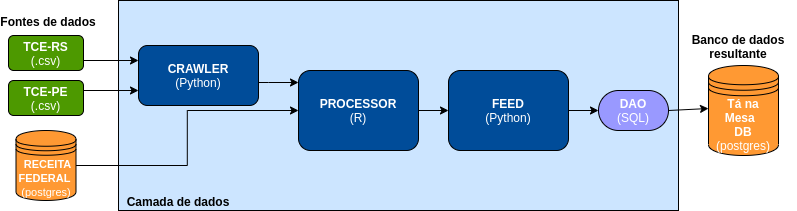
The draw.io diagram img/data-pipeline.png in analytics-ufcg/ta-de-pe-dados, before a commit. Source tidied: cells renumbered, new cells last; positions are measured from the earlier drawing's top-left corner, leaving out a move shared by most shapes.
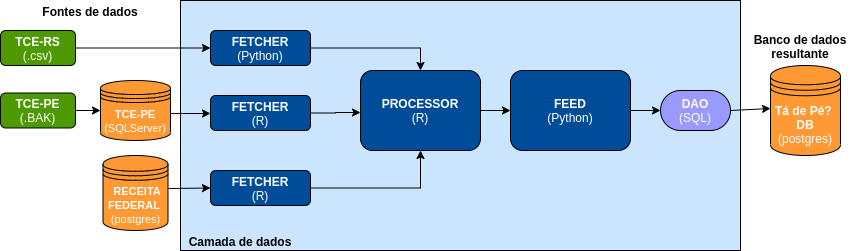
Above is the later version.

Commit message:
Altera diagrama

What changed in the source:
```diff
@@ -3,30 +3,28 @@
     <mxCell id="0" />
     <mxCell id="1" parent="0" />
     <mxCell id="2" value="&lt;b&gt;Fontes de dados&lt;/b&gt;" style="text;html=1;strokeColor=none;fillColor=none;align=center;verticalAlign=middle;whiteSpace=wrap;rounded=0;" parent="1" vertex="1">
-      <mxGeometry y="20" width="120" as="geometry" />
+      <mxGeometry x="-20" y="10" width="120" as="geometry" />
     </mxCell>
     <mxCell id="3" value="&lt;font color=&quot;#ffffff&quot;&gt;&lt;b&gt;TCE-RS&lt;/b&gt;&lt;br&gt;(.csv)&lt;br&gt;&lt;/font&gt;" style="rounded=1;whiteSpace=wrap;html=1;fillColor=#4D9900;" parent="1" vertex="1">
-      <mxGeometry x="20" y="35" width="75" height="35" as="geometry" />
+      <mxGeometry x="-50" y="30" width="75" height="35" as="geometry" />
     </mxCell>
+    <mxCell id="21" style="edgeStyle=orthogonalEdgeStyle;rounded=0;jettySize=auto;html=1;" parent="1" edge="1" source="4" target="22">
+      <mxGeometry relative="1" as="geometry" />
+    </mxCell>
-    <mxCell id="4" value="&lt;font color=&quot;#ffffff&quot;&gt;&lt;b&gt;TCE-PE&lt;/b&gt;&lt;br&gt;(.csv)&lt;br&gt;&lt;/font&gt;" style="rounded=1;whiteSpace=wrap;html=1;fillColor=#4D9900;" parent="1" vertex="1">
-      <mxGeometry x="20" y="80" width="75" height="35" as="geometry" />
+    <mxCell id="4" value="&lt;font color=&quot;#ffffff&quot;&gt;&lt;b&gt;TCE-PE&lt;/b&gt;&lt;br&gt;(.BAK)&lt;br&gt;&lt;/font&gt;" style="rounded=1;whiteSpace=wrap;html=1;fillColor=#4D9900;" parent="1" vertex="1">
+      <mxGeometry x="-50" y="92.5" width="75" height="35" as="geometry" />
     </mxCell>
     <mxCell id="5" style="rounded=0;whiteSpace=wrap;html=1;fillColor=#CCE5FF;" parent="1" vertex="1">
-      <mxGeometry x="130" width="560" height="210" as="geometry" />
+      <mxGeometry x="130" width="560" height="250" as="geometry" />
     </mxCell>
-    <mxCell id="6" style="edgeStyle=orthogonalEdgeStyle;rounded=0;jettySize=auto;html=1;entryX=0;entryY=0.15;entryDx=0;entryDy=0;entryPerimeter=0;" parent="1" edge="1" source="7" target="10">
-      <mxGeometry relative="1" as="geometry">
-        <Array as="points">
-          <mxPoint x="280" y="82" />
-          <mxPoint x="280" y="82" />
-        </Array>
-      </mxGeometry>
+    <mxCell id="6" style="edgeStyle=orthogonalEdgeStyle;rounded=0;jettySize=auto;html=1;entryX=0.5;entryY=0;entryDx=0;entryDy=0;" parent="1" edge="1" source="7" target="10">
+      <mxGeometry relative="1" as="geometry" />
     </mxCell>
-    <mxCell id="7" value="&lt;font color=&quot;#ffffff&quot;&gt;&lt;font style=&quot;font-weight: bold ; font-size: 12px&quot;&gt;CRAWLER&lt;br&gt;&lt;/font&gt;(Python)&lt;br&gt;&lt;/font&gt;" style="rounded=1;whiteSpace=wrap;html=1;fillColor=#004C99;" parent="1" vertex="1">
-      <mxGeometry x="150" y="45" width="120" height="60" as="geometry" />
+    <mxCell id="7" value="&lt;font color=&quot;#ffffff&quot;&gt;&lt;font style=&quot;font-weight: bold ; font-size: 12px&quot;&gt;FETCHER&lt;br&gt;&lt;/font&gt;(Python)&lt;br&gt;&lt;/font&gt;" style="rounded=1;whiteSpace=wrap;html=1;fillColor=#004C99;" parent="1" vertex="1">
+      <mxGeometry x="160" y="30" width="100" height="35" as="geometry" />
     </mxCell>
     <mxCell id="8" value="&lt;b&gt;Camada de dados&lt;/b&gt;" style="text;html=1;strokeColor=none;fillColor=none;align=center;verticalAlign=middle;whiteSpace=wrap;rounded=0;" parent="1" vertex="1">
-      <mxGeometry x="130" y="200" width="120" as="geometry" />
+      <mxGeometry x="130" y="240" width="120" as="geometry" />
     </mxCell>
     <mxCell id="9" style="edgeStyle=orthogonalEdgeStyle;rounded=0;jettySize=auto;html=1;entryX=0;entryY=0.5;entryDx=0;entryDy=0;" parent="1" edge="1" source="10" target="11">
       <mxGeometry relative="1" as="geometry" />
@@ -40,21 +38,9 @@
     <mxCell id="12" value="&lt;font color=&quot;#ffffff&quot;&gt;&lt;b&gt;DAO&lt;/b&gt;&lt;br&gt;(SQL)&lt;br&gt;&lt;/font&gt;" style="rounded=1;whiteSpace=wrap;html=1;fillColor=#9999FF;arcSize=50;" parent="1" vertex="1">
       <mxGeometry x="610" y="90" width="70" height="40" as="geometry" />
     </mxCell>
-    <mxCell id="13" value="&lt;font color=&quot;#ffffff&quot;&gt;&lt;b&gt;Tá na Mesa&amp;nbsp;&amp;nbsp;&lt;br&gt;DB&lt;/b&gt;&lt;br&gt;(postgres)&lt;/font&gt;" style="shape=datastore;whiteSpace=wrap;html=1;fillColor=#FF9933;" parent="1" vertex="1">
+    <mxCell id="13" value="&lt;font color=&quot;#ffffff&quot;&gt;&lt;b&gt;&amp;nbsp;Tá de Pé?&amp;nbsp;&amp;nbsp;&lt;br&gt;DB&lt;/b&gt;&lt;br&gt;(postgres)&lt;/font&gt;" style="shape=datastore;whiteSpace=wrap;html=1;fillColor=#FF9933;" parent="1" vertex="1">
       <mxGeometry x="720" y="65" width="70" height="90" as="geometry" />
     </mxCell>
-    <mxCell id="14" style="endArrow=classic;html=1;" parent="1" edge="1">
-      <mxGeometry relative="1" as="geometry">
-        <mxPoint x="95" y="90" as="sourcePoint" />
-        <mxPoint x="150" y="90" as="targetPoint" />
-      </mxGeometry>
-    </mxCell>
-    <mxCell id="15" style="endArrow=classic;html=1;" parent="1" edge="1">
-      <mxGeometry relative="1" as="geometry">
-        <mxPoint x="95" y="60" as="sourcePoint" />
-        <mxPoint x="150" y="60" as="targetPoint" />
-      </mxGeometry>
-    </mxCell>
     <mxCell id="16" value="&lt;b&gt;Banco de dados resultante&lt;/b&gt;" style="text;html=1;strokeColor=none;fillColor=none;align=center;verticalAlign=middle;whiteSpace=wrap;rounded=0;" parent="1" vertex="1">
       <mxGeometry x="690" y="45" width="120" as="geometry" />
     </mxCell>
@@ -66,11 +52,39 @@
         <mxPoint x="720" y="108" as="targetPoint" />
       </mxGeometry>
     </mxCell>
-    <mxCell id="19" style="edgeStyle=orthogonalEdgeStyle;rounded=0;jettySize=auto;html=1;" parent="1" edge="1" source="20" target="10">
+    <mxCell id="19" style="edgeStyle=orthogonalEdgeStyle;rounded=0;jettySize=auto;html=1;" parent="1" edge="1" source="26" target="10">
       <mxGeometry relative="1" as="geometry" />
     </mxCell>
     <mxCell id="20" value="&lt;font color=&quot;#ffffff&quot; style=&quot;font-size: 11px&quot;&gt;&lt;b&gt;&amp;nbsp;RECEITA FEDERAL&amp;nbsp;&lt;br&gt;&lt;/b&gt;(postgres)&lt;/font&gt;" style="shape=datastore;whiteSpace=wrap;html=1;fillColor=#FF9933;" parent="1" vertex="1">
-      <mxGeometry x="27.5" y="130" width="60" height="70" as="geometry" />
+      <mxGeometry x="52.5" y="155" width="65" height="75" as="geometry" />
     </mxCell>
+    <mxCell id="22" value="&lt;font color=&quot;#ffffff&quot; style=&quot;font-size: 11px&quot;&gt;&lt;b&gt;&amp;nbsp;TCE-PE&amp;nbsp;&lt;br&gt;&lt;/b&gt;(SQLServer)&lt;/font&gt;" style="shape=datastore;whiteSpace=wrap;html=1;fillColor=#FF9933;" parent="1" vertex="1">
+      <mxGeometry x="50" y="80" width="70" height="60" as="geometry" />
+    </mxCell>
+    <mxCell id="23" style="endArrow=classic;html=1;exitX=1;exitY=0.5;exitDx=0;exitDy=0;" parent="1" edge="1" source="3" target="7">
+      <mxGeometry relative="1" as="geometry" />
+    </mxCell>
+    <mxCell id="24" style="edgeStyle=orthogonalEdgeStyle;rounded=0;jettySize=auto;html=1;" parent="1" edge="1" source="25">
+      <mxGeometry relative="1" as="geometry">
+        <mxPoint x="310" y="112" as="targetPoint" />
+      </mxGeometry>
+    </mxCell>
+    <mxCell id="25" value="&lt;font color=&quot;#ffffff&quot;&gt;&lt;font style=&quot;font-weight: bold ; font-size: 12px&quot;&gt;FETCHER&lt;br&gt;&lt;/font&gt;(R)&lt;br&gt;&lt;/font&gt;" style="rounded=1;whiteSpace=wrap;html=1;fillColor=#004C99;" parent="1" vertex="1">
+      <mxGeometry x="160" y="95" width="100" height="35" as="geometry" />
+    </mxCell>
+    <mxCell id="26" value="&lt;font color=&quot;#ffffff&quot;&gt;&lt;font style=&quot;font-weight: bold ; font-size: 12px&quot;&gt;FETCHER&lt;br&gt;&lt;/font&gt;(R)&lt;br&gt;&lt;/font&gt;" style="rounded=1;whiteSpace=wrap;html=1;fillColor=#004C99;" parent="1" vertex="1">
+      <mxGeometry x="160" y="170" width="100" height="35" as="geometry" />
+    </mxCell>
+    <mxCell id="27" style="endArrow=classic;html=1;entryX=0;entryY=0.5;entryDx=0;entryDy=0;" parent="1" edge="1" target="26">
+      <mxGeometry relative="1" as="geometry">
+        <mxPoint x="118" y="188" as="sourcePoint" />
+      </mxGeometry>
+    </mxCell>
+    <mxCell id="28" style="endArrow=classic;html=1;" parent="1" edge="1">
+      <mxGeometry relative="1" as="geometry">
+        <mxPoint x="120" y="113" as="sourcePoint" />
+        <mxPoint x="160" y="113" as="targetPoint" />
+      </mxGeometry>
+    </mxCell>
   </root>
 </mxGraphModel>
```
